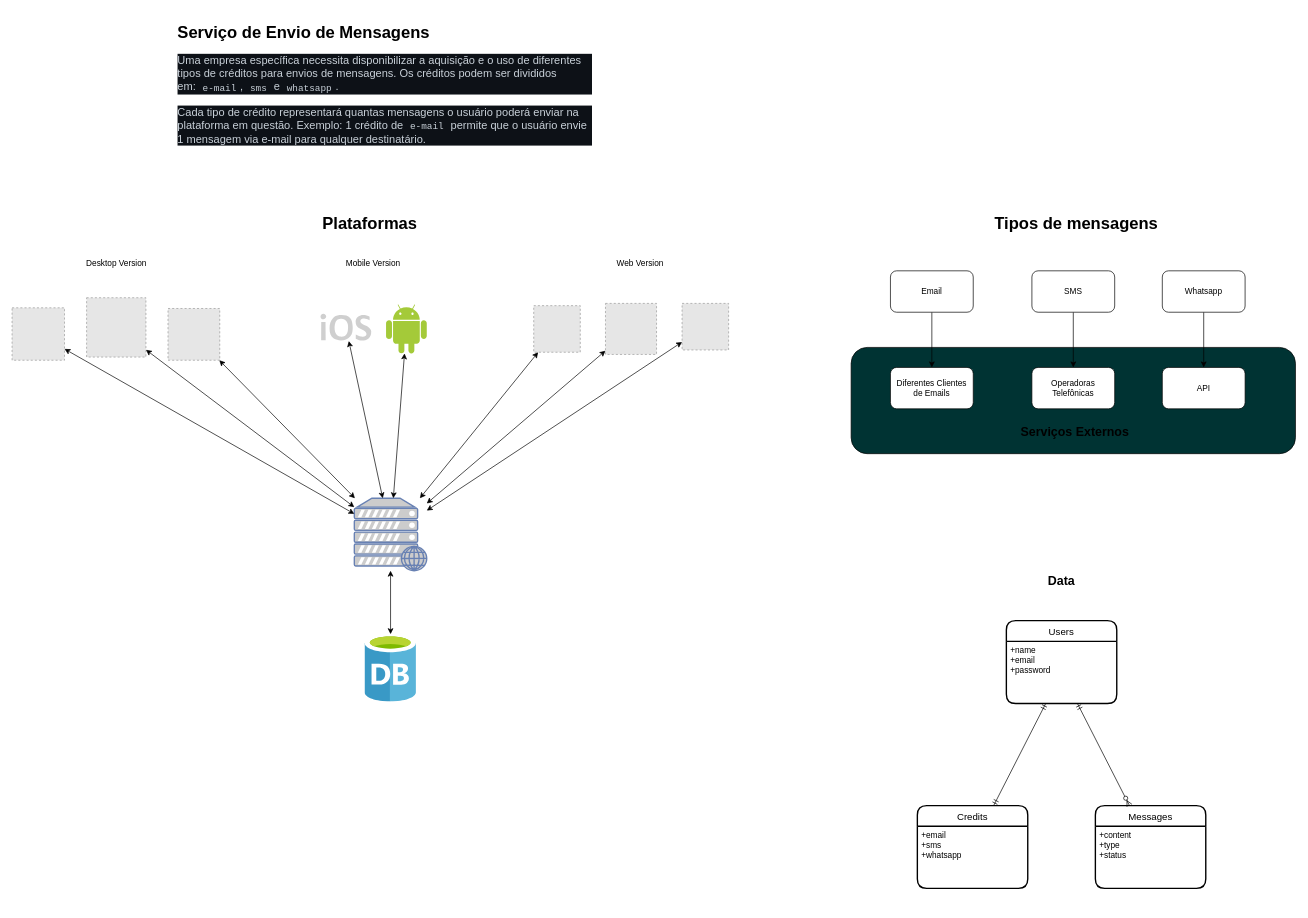
The draw.io diagram blueprint.drawio in HalexV/jsexpert-challenge06-patterns, before the edit. Source tidied: cells renumbered, new cells numbered last; positions are measured from the earlier drawing's top-left corner, leaving out a move shared by most shapes. Both pictures are drawn from the tidied source at 69%, with x=0, y=0 at pixel (12, 19). Pictures stored in the file or linked from it are replaced by grey dashed boxes.
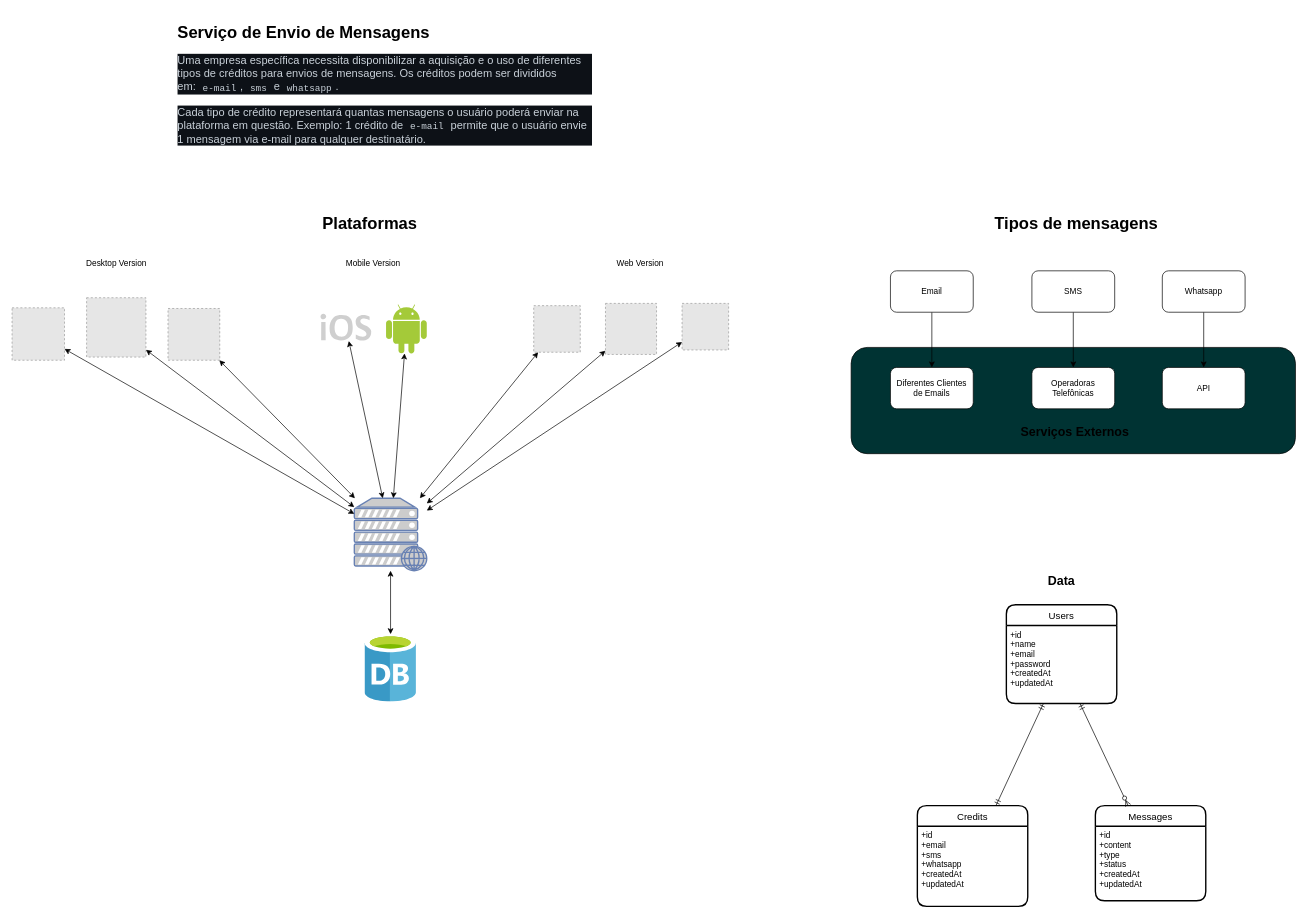
The same diagram, later.

Commit message:
chore: add more fields do data

Change to the diagram source:
```diff
@@
     <mxCell id="37" value="Users" style="swimlane;horizontal=1;startSize=30;rounded=1;fontSize=14;fontStyle=0;strokeWidth=2;shadow=0;dashed=0;align=center;" parent="1" vertex="1">
-      <mxGeometry x="1441" y="872" width="160" height="120" as="geometry" />
+      <mxGeometry x="1441" y="849" width="160" height="143" as="geometry" />
     </mxCell>
-    <mxCell id="38" value="+name&#10;+email&#10;+password" style="align=left;strokeColor=none;fillColor=none;spacingLeft=4;fontSize=12;verticalAlign=top;" parent="37" vertex="1">
-      <mxGeometry y="30" width="160" height="90" as="geometry" />
+    <mxCell id="38" value="+id&#10;+name&#10;+email&#10;+password&#10;+createdAt&#10;+updatedAt" style="align=left;strokeColor=none;fillColor=none;spacingLeft=4;fontSize=12;verticalAlign=top;" parent="37" vertex="1">
+      <mxGeometry y="30" width="160" height="113" as="geometry" />
     </mxCell>
     <mxCell id="39" value="Credits" style="swimlane;horizontal=1;startSize=30;rounded=1;fontSize=14;fontStyle=0;strokeWidth=2;shadow=0;dashed=0;align=center;" parent="1" vertex="1">
-      <mxGeometry x="1312" y="1140" width="160" height="120" as="geometry" />
+      <mxGeometry x="1312" y="1140" width="160" height="146" as="geometry" />
     </mxCell>
-    <mxCell id="40" value="+email&#10;+sms&#10;+whatsapp" style="align=left;strokeColor=none;fillColor=none;spacingLeft=4;fontSize=12;verticalAlign=top;" parent="39" vertex="1">
-      <mxGeometry y="30" width="160" height="90" as="geometry" />
+    <mxCell id="40" value="+id&#10;+email&#10;+sms&#10;+whatsapp&#10;+createdAt&#10;+updatedAt" style="align=left;strokeColor=none;fillColor=none;spacingLeft=4;fontSize=12;verticalAlign=top;" parent="39" vertex="1">
+      <mxGeometry y="30" width="160" height="116" as="geometry" />
     </mxCell>
@@
     <mxCell id="42" value="Messages" style="swimlane;horizontal=1;startSize=30;rounded=1;fontSize=14;fontStyle=0;strokeWidth=2;shadow=0;dashed=0;align=center;" parent="1" vertex="1">
-      <mxGeometry x="1570" y="1140" width="160" height="120" as="geometry" />
+      <mxGeometry x="1570" y="1140" width="160" height="138" as="geometry" />
     </mxCell>
-    <mxCell id="43" value="+content&#10;+type&#10;+status" style="align=left;strokeColor=none;fillColor=none;spacingLeft=4;fontSize=12;verticalAlign=top;" parent="42" vertex="1">
-      <mxGeometry y="30" width="160" height="90" as="geometry" />
+    <mxCell id="43" value="+id&#10;+content&#10;+type&#10;+status&#10;+createdAt&#10;+updatedAt" style="align=left;strokeColor=none;fillColor=none;spacingLeft=4;fontSize=12;verticalAlign=top;" parent="42" vertex="1">
+      <mxGeometry y="30" width="160" height="108" as="geometry" />
     </mxCell>
```
